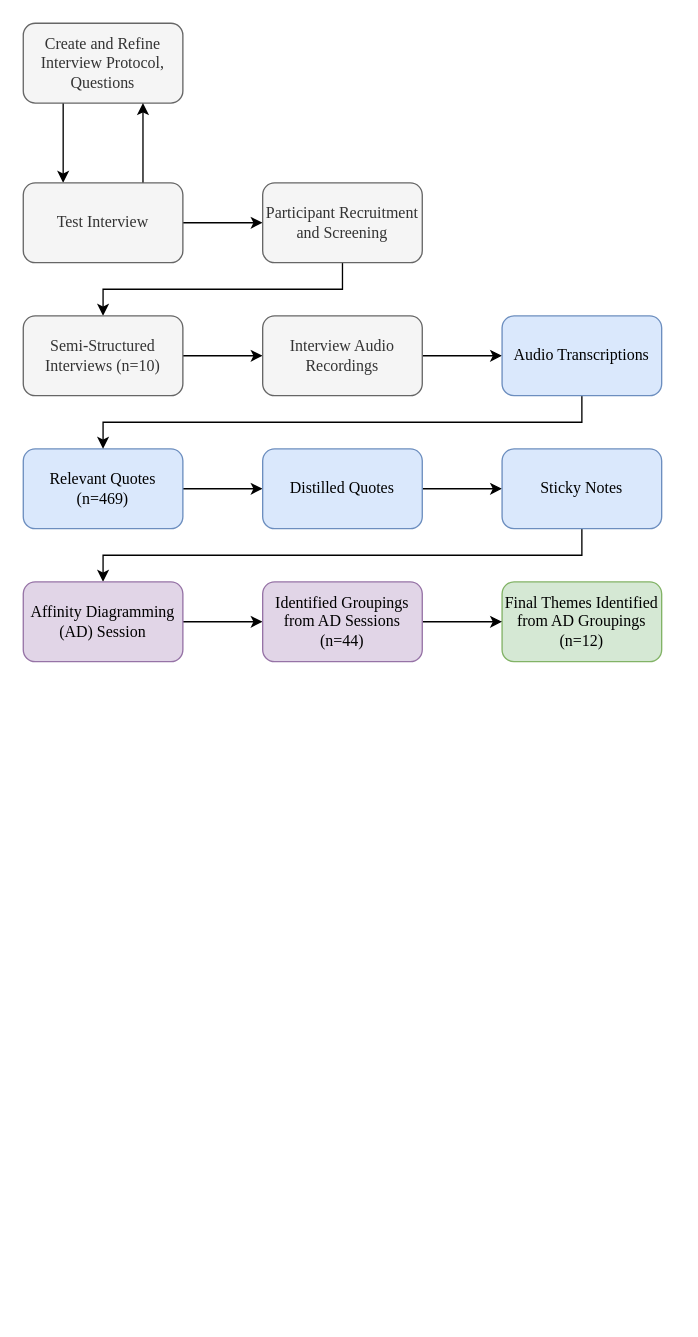
Earlier version of the draw.io diagram HPA-Process-Diagram.drawio (mnowatzke/mindmaps). Source tidied: cells renumbered, new cells numbered last; positions are measured from the earlier drawing's top-left corner, leaving out a move shared by most shapes. Both pictures are drawn from the tidied source at 133%, with x=0, y=0 at pixel (23, 23).
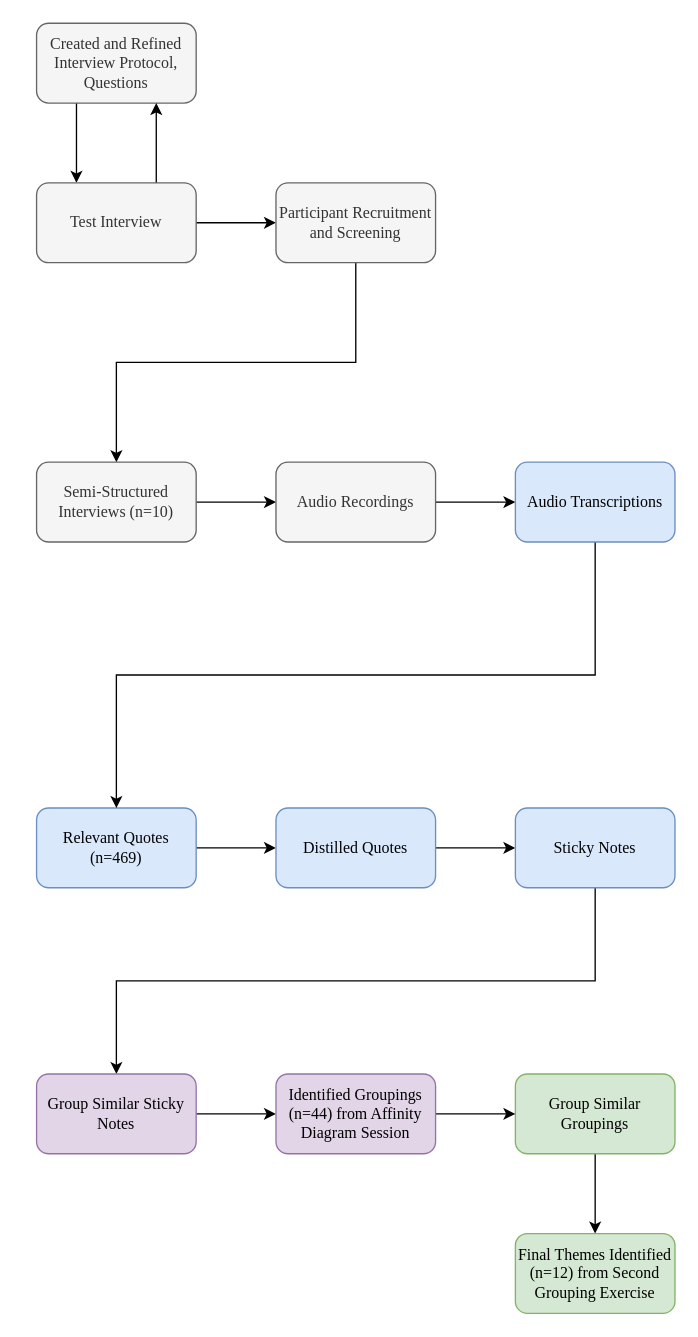
The same diagram, later.

Diff of the diagram source:
```diff
@@
-    <mxCell id="3" value="&lt;font face=&quot;Garamond&quot;&gt;Create and Refine Interview Protocol, Questions&lt;br&gt;&lt;/font&gt;" style="rounded=1;whiteSpace=wrap;html=1;fillColor=#f5f5f5;fontColor=#333333;strokeColor=#666666;" parent="1" vertex="1">
-      <mxGeometry width="120" height="60" as="geometry" />
+    <mxCell id="3" value="&lt;font face=&quot;Garamond&quot;&gt;Created and Refined Interview Protocol, Questions&lt;br&gt;&lt;/font&gt;" style="rounded=1;whiteSpace=wrap;html=1;fillColor=#f5f5f5;fontColor=#333333;strokeColor=#666666;" parent="1" vertex="1">
+      <mxGeometry x="10" width="120" height="60" as="geometry" />
     </mxCell>
@@
     <mxCell id="6" value="&lt;font face=&quot;Garamond&quot;&gt;Test Interview&lt;/font&gt;" style="rounded=1;whiteSpace=wrap;html=1;fillColor=#f5f5f5;fontColor=#333333;strokeColor=#666666;" parent="1" vertex="1">
-      <mxGeometry y="120" width="120" height="60" as="geometry" />
+      <mxGeometry x="10" y="120" width="120" height="60" as="geometry" />
     </mxCell>
@@
     <mxCell id="8" value="Participant Recruitment and Screening" style="rounded=1;whiteSpace=wrap;html=1;fontFamily=Garamond;fillColor=#f5f5f5;fontColor=#333333;strokeColor=#666666;" parent="1" vertex="1">
-      <mxGeometry x="180" y="120" width="120" height="60" as="geometry" />
+      <mxGeometry x="190" y="120" width="120" height="60" as="geometry" />
     </mxCell>
@@
     <mxCell id="10" value="Semi-Structured Interviews (n=10)" style="rounded=1;whiteSpace=wrap;html=1;fontFamily=Garamond;fillColor=#f5f5f5;fontColor=#333333;strokeColor=#666666;" parent="1" vertex="1">
-      <mxGeometry y="220" width="120" height="60" as="geometry" />
+      <mxGeometry x="10" y="330" width="120" height="60" as="geometry" />
     </mxCell>
@@
-    <mxCell id="12" value="Interview Audio Recordings" style="rounded=1;whiteSpace=wrap;html=1;fontFamily=Garamond;fillColor=#f5f5f5;fontColor=#333333;strokeColor=#666666;" parent="1" vertex="1">
-      <mxGeometry x="180" y="220" width="120" height="60" as="geometry" />
+    <mxCell id="12" value="Audio Recordings" style="rounded=1;whiteSpace=wrap;html=1;fontFamily=Garamond;fillColor=#f5f5f5;fontColor=#333333;strokeColor=#666666;" parent="1" vertex="1">
+      <mxGeometry x="190" y="330" width="120" height="60" as="geometry" />
     </mxCell>
@@
     <mxCell id="14" value="Relevant Quotes&lt;br&gt;(n=469)" style="rounded=1;whiteSpace=wrap;html=1;fontFamily=Garamond;fillColor=#dae8fc;strokeColor=#6c8ebf;" parent="1" vertex="1">
-      <mxGeometry y="320" width="120" height="60" as="geometry" />
+      <mxGeometry x="10" y="590" width="120" height="60" as="geometry" />
     </mxCell>
@@
     <mxCell id="16" value="Audio Transcriptions" style="rounded=1;whiteSpace=wrap;html=1;fontFamily=Garamond;fillColor=#dae8fc;strokeColor=#6c8ebf;" parent="1" vertex="1">
-      <mxGeometry x="360" y="220" width="120" height="60" as="geometry" />
+      <mxGeometry x="370" y="330" width="120" height="60" as="geometry" />
     </mxCell>
@@
     <mxCell id="18" value="Distilled Quotes" style="rounded=1;whiteSpace=wrap;html=1;fontFamily=Garamond;fillColor=#dae8fc;strokeColor=#6c8ebf;" parent="1" vertex="1">
-      <mxGeometry x="180" y="320" width="120" height="60" as="geometry" />
+      <mxGeometry x="190" y="590" width="120" height="60" as="geometry" />
     </mxCell>
@@
     <mxCell id="20" value="Sticky Notes" style="rounded=1;whiteSpace=wrap;html=1;fontFamily=Garamond;fillColor=#dae8fc;strokeColor=#6c8ebf;" parent="1" vertex="1">
-      <mxGeometry x="360" y="320" width="120" height="60" as="geometry" />
+      <mxGeometry x="370" y="590" width="120" height="60" as="geometry" />
     </mxCell>
@@
-    <mxCell id="22" value="Affinity Diagramming (AD) Session" style="rounded=1;whiteSpace=wrap;html=1;fontFamily=Garamond;fillColor=#e1d5e7;strokeColor=#9673a6;" parent="1" vertex="1">
-      <mxGeometry y="420" width="120" height="60" as="geometry" />
+    <mxCell id="22" value="Group Similar Sticky Notes" style="rounded=1;whiteSpace=wrap;html=1;fontFamily=Garamond;fillColor=#e1d5e7;strokeColor=#9673a6;" parent="1" vertex="1">
+      <mxGeometry x="10" y="790" width="120" height="60" as="geometry" />
     </mxCell>
+    <mxCell id="26" style="edgeStyle=orthogonalEdgeStyle;rounded=0;jettySize=auto;html=1;exitX=0.5;exitY=1;exitDx=0;exitDy=0;entryX=0.5;entryY=0;entryDx=0;entryDy=0;" parent="1" edge="1" source="23" target="27">
+      <mxGeometry relative="1" as="geometry" />
+    </mxCell>
-    <mxCell id="23" value="Final Themes Identified from AD Groupings&lt;br&gt;(n=12)" style="rounded=1;whiteSpace=wrap;html=1;fontFamily=Garamond;fillColor=#d5e8d4;strokeColor=#82b366;" parent="1" vertex="1">
-      <mxGeometry x="360" y="420" width="120" height="60" as="geometry" />
+    <mxCell id="23" value="Group Similar Groupings" style="rounded=1;whiteSpace=wrap;html=1;fontFamily=Garamond;fillColor=#d5e8d4;strokeColor=#82b366;" parent="1" vertex="1">
+      <mxGeometry x="370" y="790" width="120" height="60" as="geometry" />
     </mxCell>
@@
-    <mxCell id="25" value="Identified Groupings from AD Sessions&lt;br&gt;(n=44)" style="rounded=1;whiteSpace=wrap;html=1;fontFamily=Garamond;fillColor=#e1d5e7;strokeColor=#9673a6;" parent="1" vertex="1">
-      <mxGeometry x="180" y="420" width="120" height="60" as="geometry" />
+    <mxCell id="25" value="Identified Groupings (n=44) from Affinity Diagram Session" style="rounded=1;whiteSpace=wrap;html=1;fontFamily=Garamond;fillColor=#e1d5e7;strokeColor=#9673a6;" parent="1" vertex="1">
+      <mxGeometry x="190" y="790" width="120" height="60" as="geometry" />
     </mxCell>
+    <mxCell id="27" value="Final Themes Identified (n=12) from Second Grouping Exercise" style="rounded=1;whiteSpace=wrap;html=1;fontFamily=Garamond;fillColor=#d5e8d4;strokeColor=#82b366;" parent="1" vertex="1">
+      <mxGeometry x="370" y="910" width="120" height="60" as="geometry" />
+    </mxCell>
```
